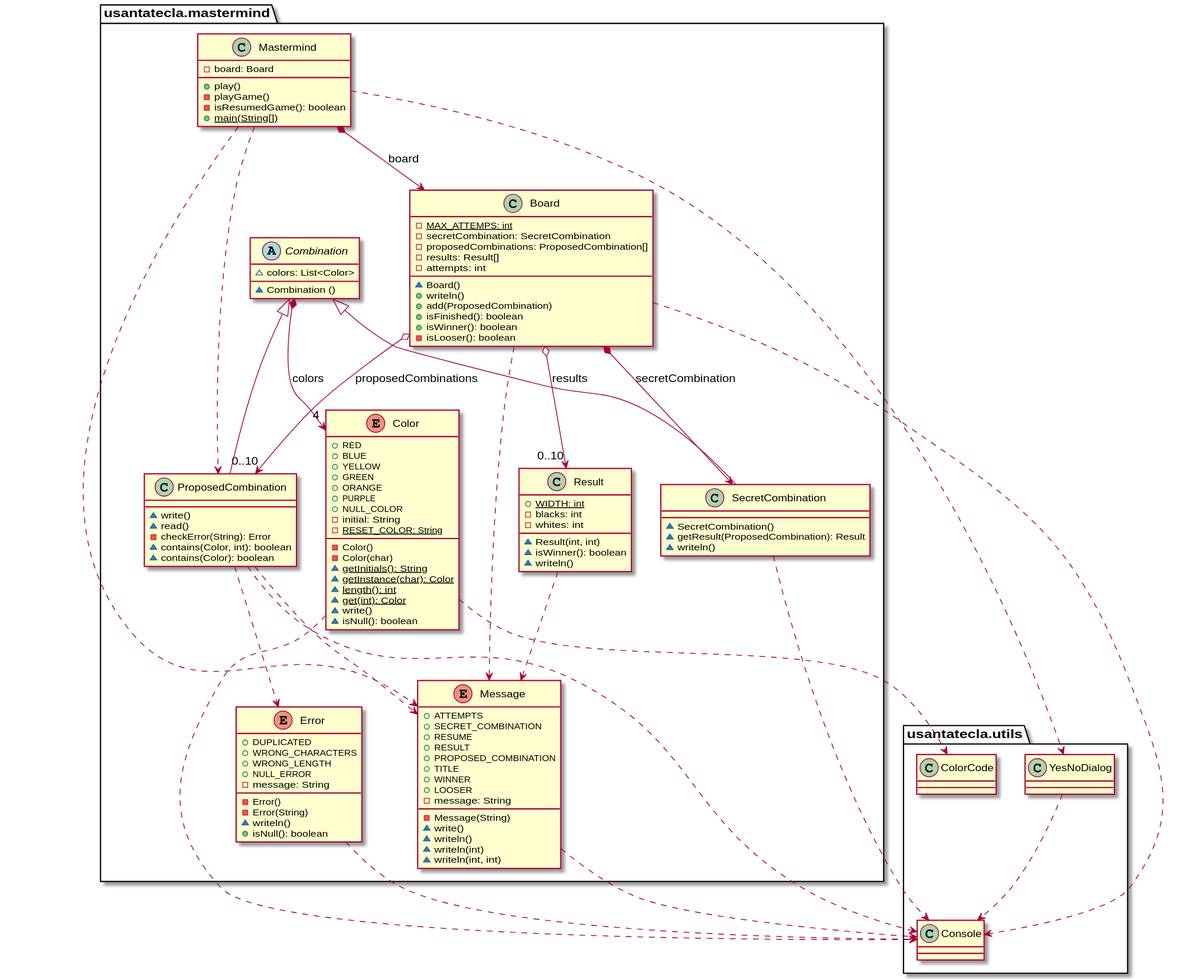
Earlier version of the PlantUML export domainModel/docs/diagrams/out/paquetes/mastermind.svg (SantaTecla-mastermind/solution.java.swing.socket.sql).
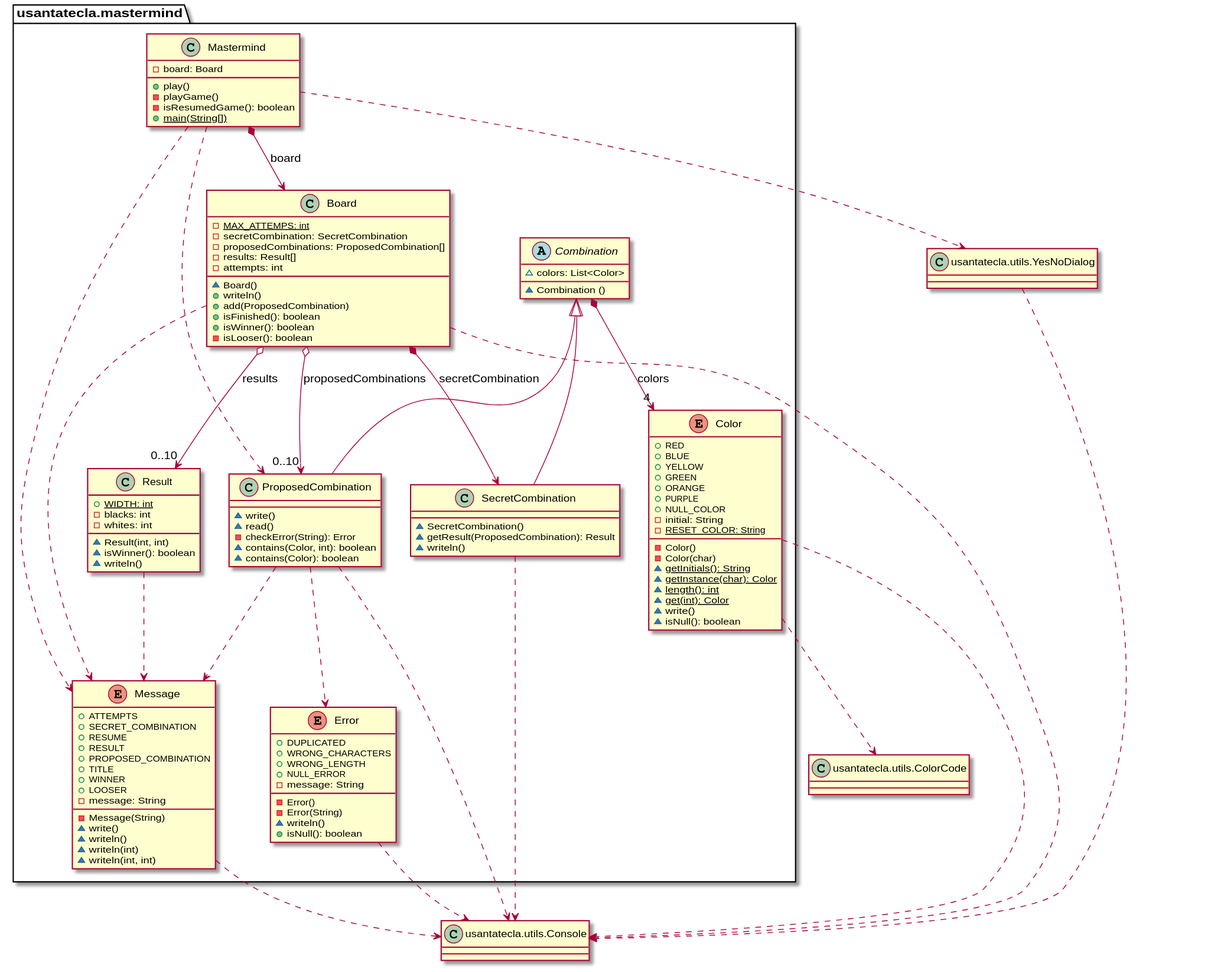
The same file after the commit.

Commit message:
Some changes in domainModel diagrams

The edit, as a diff of the source:
```diff
@@ -121,23 +121,27 @@
 
 }
 
-package usantatecla.utils {
 
-class Console {
+
+class Console as "usantatecla.utils.Console" {
 
 
 }
 
-class YesNoDialog {
+class YesNoDialog as "usantatecla.utils.YesNoDialog" {
 
 }
 
+class ColorCode as "usantatecla.utils.ColorCode" {
+
 }
+
+
 
 YesNoDialog .down.> Console
 Board .down.> Console
 Color .down.> Console
-Color .down.> usantatecla.utils.ColorCode
+Color .down.> ColorCode
 Error .down.> Console
 Message .down.> Console
 ProposedCombination .down.> Console
```
